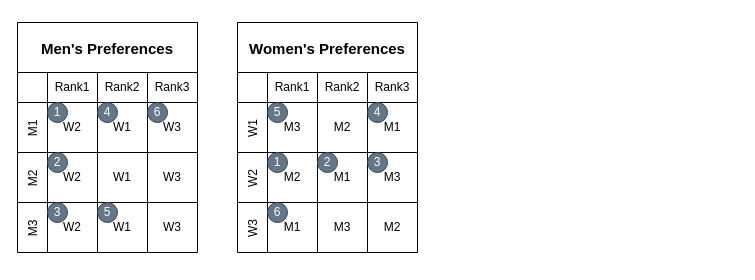
Earlier version of the draw.io diagram BambooSMP.drawio (victorliu-sq/BambooSMP-Figures). Source tidied: cells renumbered, new cells numbered last; positions are measured from the earlier drawing's top-left corner, leaving out a move shared by most shapes. Both pictures are drawn from the tidied source at 100%, with x=0, y=0 at pixel (17, 22).
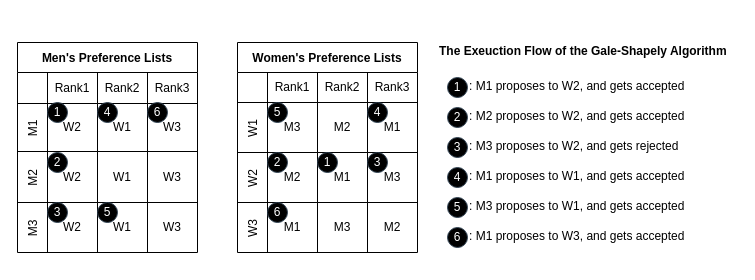
After the change.

What changed in the source:
```diff
@@
-    <mxCell id="2" value="Men's Preferences" style="shape=table;startSize=50;childLayout=tableLayout;resizeLastRow=0;fontStyle=1;fontSize=15;" parent="1" vertex="1">
-      <mxGeometry width="180" height="230" as="geometry" />
+    <mxCell id="2" value="Men's Preference Lists" style="shape=table;startSize=30;childLayout=tableLayout;resizeLastRow=0;fontStyle=1;fontSize=12;" parent="1" vertex="1">
+      <mxGeometry y="20" width="180" height="210" as="geometry" />
     </mxCell>
     <mxCell id="3" style="shape=tableRow;horizontal=0;startSize=30;swimlaneHead=0;swimlaneBody=0;strokeColor=inherit;top=0;left=0;bottom=0;right=0;fillColor=none;" parent="2" vertex="1">
-      <mxGeometry y="50" width="180" height="30" as="geometry" />
+      <mxGeometry y="30" width="180" height="31" as="geometry" />
     </mxCell>
     <mxCell id="4" value="Rank1" style="shape=partialRectangle;html=1;whiteSpace=wrap;strokeColor=inherit;overflow=hidden;fillColor=none;top=0;left=0;bottom=0;right=0;" parent="3" vertex="1">
-      <mxGeometry x="30" width="50" height="30" as="geometry" />
+      <mxGeometry x="30" width="50" height="31" as="geometry" />
     </mxCell>
     <mxCell id="5" value="Rank2" style="shape=partialRectangle;html=1;whiteSpace=wrap;strokeColor=inherit;overflow=hidden;fillColor=none;top=0;left=0;bottom=0;right=0;" parent="3" vertex="1">
-      <mxGeometry x="80" width="50" height="30" as="geometry" />
+      <mxGeometry x="80" width="50" height="31" as="geometry" />
     </mxCell>
     <mxCell id="6" value="Rank3" style="shape=partialRectangle;html=1;whiteSpace=wrap;strokeColor=inherit;overflow=hidden;fillColor=none;top=0;left=0;bottom=0;right=0;strokeWidth=1;" parent="3" vertex="1">
-      <mxGeometry x="130" width="50" height="30" as="geometry" />
+      <mxGeometry x="130" width="50" height="31" as="geometry" />
     </mxCell>
     <mxCell id="7" value="M1" style="shape=tableRow;horizontal=0;startSize=30;swimlaneHead=0;swimlaneBody=0;strokeColor=inherit;top=0;left=0;bottom=0;right=0;fillColor=none;" parent="2" vertex="1">
-      <mxGeometry y="80" width="180" height="50" as="geometry" />
+      <mxGeometry y="61" width="180" height="48" as="geometry" />
     </mxCell>
     <mxCell id="8" value="W2" style="shape=partialRectangle;html=1;whiteSpace=wrap;overflow=hidden;top=0;left=0;bottom=0;right=0;strokeColor=default;fillColor=none;" parent="7" vertex="1">
-      <mxGeometry x="30" width="50" height="50" as="geometry" />
+      <mxGeometry x="30" width="50" height="48" as="geometry" />
     </mxCell>
     <mxCell id="9" value="W1" style="shape=partialRectangle;html=1;whiteSpace=wrap;overflow=hidden;top=0;left=0;bottom=0;right=0;fillColor=none;labelBackgroundColor=none;labelBorderColor=none;strokeColor=default;shadow=0;backgroundOutline=0;" parent="7" vertex="1">
-      <mxGeometry x="80" width="50" height="50" as="geometry" />
+      <mxGeometry x="80" width="50" height="48" as="geometry" />
     </mxCell>
     <mxCell id="10" value="W3" style="shape=partialRectangle;html=1;whiteSpace=wrap;overflow=hidden;top=0;left=0;bottom=0;right=0;fillColor=none;" parent="7" vertex="1">
-      <mxGeometry x="130" width="50" height="50" as="geometry" />
+      <mxGeometry x="130" width="50" height="48" as="geometry" />
     </mxCell>
     <mxCell id="11" value="M2" style="shape=tableRow;horizontal=0;startSize=30;swimlaneHead=0;swimlaneBody=0;strokeColor=inherit;top=0;left=0;bottom=0;right=0;fillColor=none;" parent="2" vertex="1">
-      <mxGeometry y="130" width="180" height="50" as="geometry" />
+      <mxGeometry y="109" width="180" height="51" as="geometry" />
     </mxCell>
     <mxCell id="12" value="W2" style="shape=partialRectangle;html=1;whiteSpace=wrap;overflow=hidden;top=0;left=0;bottom=0;right=0;strokeOpacity=100;fillColor=none;" parent="11" vertex="1">
-      <mxGeometry x="30" width="50" height="50" as="geometry" />
+      <mxGeometry x="30" width="50" height="51" as="geometry" />
     </mxCell>
     <mxCell id="13" value="W1" style="shape=partialRectangle;html=1;whiteSpace=wrap;strokeColor=inherit;overflow=hidden;fillColor=none;top=0;left=0;bottom=0;right=0;" parent="11" vertex="1">
-      <mxGeometry x="80" width="50" height="50" as="geometry" />
+      <mxGeometry x="80" width="50" height="51" as="geometry" />
     </mxCell>
     <mxCell id="14" value="W3" style="shape=partialRectangle;html=1;whiteSpace=wrap;strokeColor=inherit;overflow=hidden;fillColor=none;top=0;left=0;bottom=0;right=0;" parent="11" vertex="1">
-      <mxGeometry x="130" width="50" height="50" as="geometry" />
+      <mxGeometry x="130" width="50" height="51" as="geometry" />
     </mxCell>
     <mxCell id="15" value="M3" style="shape=tableRow;horizontal=0;startSize=30;swimlaneHead=0;swimlaneBody=0;strokeColor=inherit;top=0;left=0;bottom=0;right=0;fillColor=none;" parent="2" vertex="1">
-      <mxGeometry y="180" width="180" height="50" as="geometry" />
+      <mxGeometry y="160" width="180" height="50" as="geometry" />
     </mxCell>
@@
-    <mxCell id="19" value="Women's Preferences" style="shape=table;startSize=50;childLayout=tableLayout;resizeLastRow=0;fontStyle=1;fontSize=15;" parent="1" vertex="1">
-      <mxGeometry x="220" width="180" height="230" as="geometry" />
+    <mxCell id="19" value="Women's Preference Lists" style="shape=table;startSize=30;childLayout=tableLayout;resizeLastRow=0;fontStyle=1;fontSize=12;" parent="1" vertex="1">
+      <mxGeometry x="220" y="20" width="180" height="210" as="geometry" />
     </mxCell>
     <mxCell id="20" style="shape=tableRow;horizontal=0;startSize=30;swimlaneHead=0;swimlaneBody=0;strokeColor=inherit;top=0;left=0;bottom=0;right=0;fillColor=none;" parent="19" vertex="1">
-      <mxGeometry y="50" width="180" height="30" as="geometry" />
+      <mxGeometry y="30" width="180" height="30" as="geometry" />
     </mxCell>
@@
     <mxCell id="24" value="W1" style="shape=tableRow;horizontal=0;startSize=30;swimlaneHead=0;swimlaneBody=0;strokeColor=inherit;top=0;left=0;bottom=0;right=0;fillColor=none;" parent="19" vertex="1">
-      <mxGeometry y="80" width="180" height="50" as="geometry" />
+      <mxGeometry y="60" width="180" height="50" as="geometry" />
     </mxCell>
@@
     <mxCell id="28" value="W2" style="shape=tableRow;horizontal=0;startSize=30;swimlaneHead=0;swimlaneBody=0;strokeColor=inherit;top=0;left=0;bottom=0;right=0;fillColor=none;" parent="19" vertex="1">
-      <mxGeometry y="130" width="180" height="50" as="geometry" />
+      <mxGeometry y="110" width="180" height="50" as="geometry" />
     </mxCell>
@@
     <mxCell id="32" value="W3" style="shape=tableRow;horizontal=0;startSize=30;swimlaneHead=0;swimlaneBody=0;strokeColor=inherit;top=0;left=0;bottom=0;right=0;fillColor=none;" parent="19" vertex="1">
-      <mxGeometry y="180" width="180" height="50" as="geometry" />
+      <mxGeometry y="160" width="180" height="50" as="geometry" />
     </mxCell>
@@
-    <mxCell id="36" value="1" style="ellipse;whiteSpace=wrap;html=1;strokeColor=#314354;align=center;verticalAlign=middle;fontFamily=Helvetica;fontSize=12;fillColor=#647687;fontColor=#ffffff;" parent="1" vertex="1">
+    <mxCell id="36" value="1" style="ellipse;whiteSpace=wrap;html=1;strokeColor=#314354;align=center;verticalAlign=middle;fontFamily=Helvetica;fontSize=12;fillColor=#000000;fontColor=#ffffff;" parent="1" vertex="1">
       <mxGeometry x="30" y="80" width="20" height="20" as="geometry" />
     </mxCell>
-    <mxCell id="37" value="2" style="ellipse;whiteSpace=wrap;html=1;strokeColor=#314354;align=center;verticalAlign=middle;fontFamily=Helvetica;fontSize=12;fillColor=#647687;fontColor=#ffffff;" parent="1" vertex="1">
+    <mxCell id="37" value="2" style="ellipse;whiteSpace=wrap;html=1;strokeColor=#314354;align=center;verticalAlign=middle;fontFamily=Helvetica;fontSize=12;fillColor=#000000;fontColor=#ffffff;" parent="1" vertex="1">
       <mxGeometry x="30" y="130" width="20" height="20" as="geometry" />
     </mxCell>
-    <mxCell id="38" value="3" style="ellipse;whiteSpace=wrap;html=1;strokeColor=#314354;align=center;verticalAlign=middle;fontFamily=Helvetica;fontSize=12;fillColor=#647687;fontColor=#ffffff;" parent="1" vertex="1">
+    <mxCell id="38" value="3" style="ellipse;whiteSpace=wrap;html=1;strokeColor=#314354;align=center;verticalAlign=middle;fontFamily=Helvetica;fontSize=12;fillColor=#000000;fontColor=#ffffff;" parent="1" vertex="1">
       <mxGeometry x="30" y="180" width="20" height="20" as="geometry" />
     </mxCell>
-    <mxCell id="39" value="4" style="ellipse;whiteSpace=wrap;html=1;strokeColor=#314354;align=center;verticalAlign=middle;fontFamily=Helvetica;fontSize=12;fillColor=#647687;fontColor=#ffffff;" parent="1" vertex="1">
+    <mxCell id="39" value="4" style="ellipse;whiteSpace=wrap;html=1;strokeColor=#314354;align=center;verticalAlign=middle;fontFamily=Helvetica;fontSize=12;fillColor=#000000;fontColor=#ffffff;" parent="1" vertex="1">
       <mxGeometry x="80" y="80" width="20" height="20" as="geometry" />
     </mxCell>
-    <mxCell id="40" value="5" style="ellipse;whiteSpace=wrap;html=1;strokeColor=#314354;align=center;verticalAlign=middle;fontFamily=Helvetica;fontSize=12;fillColor=#647687;fontColor=#ffffff;" parent="1" vertex="1">
+    <mxCell id="40" value="5" style="ellipse;whiteSpace=wrap;html=1;strokeColor=#314354;align=center;verticalAlign=middle;fontFamily=Helvetica;fontSize=12;fillColor=#000000;fontColor=#ffffff;" parent="1" vertex="1">
       <mxGeometry x="80" y="180" width="20" height="20" as="geometry" />
     </mxCell>
-    <mxCell id="41" value="6" style="ellipse;whiteSpace=wrap;html=1;strokeColor=#314354;align=center;verticalAlign=middle;fontFamily=Helvetica;fontSize=12;fillColor=#647687;fontColor=#ffffff;" parent="1" vertex="1">
+    <mxCell id="41" value="6" style="ellipse;whiteSpace=wrap;html=1;strokeColor=#314354;align=center;verticalAlign=middle;fontFamily=Helvetica;fontSize=12;fillColor=#000000;fontColor=#ffffff;" parent="1" vertex="1">
       <mxGeometry x="130" y="80" width="20" height="20" as="geometry" />
     </mxCell>
-    <mxCell id="42" value="1" style="ellipse;whiteSpace=wrap;html=1;strokeColor=#314354;align=center;verticalAlign=middle;fontFamily=Helvetica;fontSize=12;fillColor=#647687;fontColor=#ffffff;" parent="1" vertex="1">
+    <mxCell id="42" value="2" style="ellipse;whiteSpace=wrap;html=1;strokeColor=#314354;align=center;verticalAlign=middle;fontFamily=Helvetica;fontSize=12;fillColor=#000000;fontColor=#ffffff;" parent="1" vertex="1">
       <mxGeometry x="250" y="130" width="20" height="20" as="geometry" />
     </mxCell>
-    <mxCell id="43" value="2" style="ellipse;whiteSpace=wrap;html=1;strokeColor=#314354;align=center;verticalAlign=middle;fontFamily=Helvetica;fontSize=12;fillColor=#647687;fontColor=#ffffff;" parent="1" vertex="1">
+    <mxCell id="43" value="1" style="ellipse;whiteSpace=wrap;html=1;strokeColor=#314354;align=center;verticalAlign=middle;fontFamily=Helvetica;fontSize=12;fillColor=#000000;fontColor=#ffffff;" parent="1" vertex="1">
       <mxGeometry x="300" y="130" width="20" height="20" as="geometry" />
     </mxCell>
-    <mxCell id="44" value="3" style="ellipse;whiteSpace=wrap;html=1;strokeColor=#314354;align=center;verticalAlign=middle;fontFamily=Helvetica;fontSize=12;fillColor=#647687;fontColor=#ffffff;" parent="1" vertex="1">
+    <mxCell id="44" value="3" style="ellipse;whiteSpace=wrap;html=1;strokeColor=#314354;align=center;verticalAlign=middle;fontFamily=Helvetica;fontSize=12;fillColor=#000000;fontColor=#ffffff;" parent="1" vertex="1">
       <mxGeometry x="350" y="130" width="20" height="20" as="geometry" />
     </mxCell>
-    <mxCell id="45" value="4" style="ellipse;whiteSpace=wrap;html=1;strokeColor=#314354;align=center;verticalAlign=middle;fontFamily=Helvetica;fontSize=12;fillColor=#647687;fontColor=#ffffff;" parent="1" vertex="1">
+    <mxCell id="45" value="4" style="ellipse;whiteSpace=wrap;html=1;strokeColor=#314354;align=center;verticalAlign=middle;fontFamily=Helvetica;fontSize=12;fillColor=#000000;fontColor=#ffffff;" parent="1" vertex="1">
       <mxGeometry x="350" y="80" width="20" height="20" as="geometry" />
     </mxCell>
-    <mxCell id="46" value="5" style="ellipse;whiteSpace=wrap;html=1;strokeColor=#314354;align=center;verticalAlign=middle;fontFamily=Helvetica;fontSize=12;fillColor=#647687;fontColor=#ffffff;" parent="1" vertex="1">
+    <mxCell id="46" value="5" style="ellipse;whiteSpace=wrap;html=1;strokeColor=#314354;align=center;verticalAlign=middle;fontFamily=Helvetica;fontSize=12;fillColor=#000000;fontColor=#ffffff;" parent="1" vertex="1">
       <mxGeometry x="250" y="80" width="20" height="20" as="geometry" />
     </mxCell>
-    <mxCell id="47" value="6" style="ellipse;whiteSpace=wrap;html=1;strokeColor=#314354;align=center;verticalAlign=middle;fontFamily=Helvetica;fontSize=12;fillColor=#647687;fontColor=#ffffff;" parent="1" vertex="1">
+    <mxCell id="47" value="6" style="ellipse;whiteSpace=wrap;html=1;strokeColor=#314354;align=center;verticalAlign=middle;fontFamily=Helvetica;fontSize=12;fillColor=#000000;fontColor=#ffffff;" parent="1" vertex="1">
       <mxGeometry x="250" y="180" width="20" height="20" as="geometry" />
     </mxCell>
+    <mxCell id="48" value="&lt;h1&gt;&lt;font style=&quot;font-size: 12px;&quot;&gt;The Exeuction Flow of the Gale-Shapely Algorithm&lt;/font&gt;&lt;/h1&gt;" style="text;strokeColor=none;align=left;fillColor=none;html=1;verticalAlign=middle;whiteSpace=wrap;rounded=0;fontFamily=Helvetica;fontSize=12;fontColor=default;" parent="1" vertex="1">
+      <mxGeometry x="420" y="10" width="300" height="30" as="geometry" />
+    </mxCell>
+    <mxCell id="49" value="1" style="ellipse;whiteSpace=wrap;html=1;strokeColor=#314354;align=center;verticalAlign=middle;fontFamily=Helvetica;fontSize=12;fillColor=#000000;fontColor=#ffffff;" parent="1" vertex="1">
+      <mxGeometry x="430" y="55" width="20" height="20" as="geometry" />
+    </mxCell>
+    <mxCell id="50" value="2" style="ellipse;whiteSpace=wrap;html=1;strokeColor=#314354;align=center;verticalAlign=middle;fontFamily=Helvetica;fontSize=12;fillColor=#000000;fontColor=#ffffff;" parent="1" vertex="1">
+      <mxGeometry x="430" y="85" width="20" height="20" as="geometry" />
+    </mxCell>
+    <mxCell id="51" value="3" style="ellipse;whiteSpace=wrap;html=1;strokeColor=#314354;align=center;verticalAlign=middle;fontFamily=Helvetica;fontSize=12;fillColor=#000000;fontColor=#ffffff;" parent="1" vertex="1">
+      <mxGeometry x="430" y="115" width="20" height="20" as="geometry" />
+    </mxCell>
+    <mxCell id="52" value="4" style="ellipse;whiteSpace=wrap;html=1;strokeColor=#314354;align=center;verticalAlign=middle;fontFamily=Helvetica;fontSize=12;fillColor=#000000;fontColor=#ffffff;" parent="1" vertex="1">
+      <mxGeometry x="430" y="145" width="20" height="20" as="geometry" />
+    </mxCell>
+    <mxCell id="53" value="5" style="ellipse;whiteSpace=wrap;html=1;strokeColor=#314354;align=center;verticalAlign=middle;fontFamily=Helvetica;fontSize=12;fillColor=#000000;fontColor=#ffffff;" parent="1" vertex="1">
+      <mxGeometry x="430" y="175" width="20" height="20" as="geometry" />
+    </mxCell>
+    <mxCell id="54" value="6" style="ellipse;whiteSpace=wrap;html=1;strokeColor=#314354;align=center;verticalAlign=middle;fontFamily=Helvetica;fontSize=12;fillColor=#000000;fontColor=#ffffff;" parent="1" vertex="1">
+      <mxGeometry x="430" y="205" width="20" height="20" as="geometry" />
+    </mxCell>
+    <mxCell id="55" value="&lt;h1&gt;&lt;span style=&quot;font-size: 12px; font-weight: 400;&quot;&gt;: M1 proposes to W2, and gets accepted&lt;/span&gt;&lt;/h1&gt;" style="text;strokeColor=none;align=left;fillColor=none;html=1;verticalAlign=middle;whiteSpace=wrap;rounded=0;fontFamily=Helvetica;fontSize=12;fontColor=default;" parent="1" vertex="1">
+      <mxGeometry x="450" y="45" width="230" height="30" as="geometry" />
+    </mxCell>
+    <mxCell id="56" value="&lt;h1&gt;&lt;span style=&quot;font-size: 12px; font-weight: 400;&quot;&gt;: M2 proposes to W2, and gets accepted&lt;/span&gt;&lt;/h1&gt;" style="text;strokeColor=none;align=left;fillColor=none;html=1;verticalAlign=middle;whiteSpace=wrap;rounded=0;fontFamily=Helvetica;fontSize=12;fontColor=default;" parent="1" vertex="1">
+      <mxGeometry x="450" y="75" width="230" height="30" as="geometry" />
+    </mxCell>
+    <mxCell id="57" value="&lt;h1&gt;&lt;span style=&quot;font-size: 12px; font-weight: 400;&quot;&gt;: M3 proposes to W2, and gets rejected&lt;/span&gt;&lt;/h1&gt;" style="text;strokeColor=none;align=left;fillColor=none;html=1;verticalAlign=middle;whiteSpace=wrap;rounded=0;fontFamily=Helvetica;fontSize=12;fontColor=default;" parent="1" vertex="1">
+      <mxGeometry x="450" y="105" width="230" height="30" as="geometry" />
+    </mxCell>
+    <mxCell id="58" value="&lt;h1&gt;&lt;span style=&quot;font-size: 12px; font-weight: 400;&quot;&gt;: M1 proposes to W1, and gets accepted&lt;/span&gt;&lt;/h1&gt;" style="text;strokeColor=none;align=left;fillColor=none;html=1;verticalAlign=middle;whiteSpace=wrap;rounded=0;fontFamily=Helvetica;fontSize=12;fontColor=default;" parent="1" vertex="1">
+      <mxGeometry x="450" y="135" width="230" height="30" as="geometry" />
+    </mxCell>
+    <mxCell id="59" value="&lt;h1&gt;&lt;span style=&quot;font-size: 12px; font-weight: 400;&quot;&gt;: M3 proposes to W1, and gets accepted&lt;/span&gt;&lt;/h1&gt;" style="text;strokeColor=none;align=left;fillColor=none;html=1;verticalAlign=middle;whiteSpace=wrap;rounded=0;fontFamily=Helvetica;fontSize=12;fontColor=default;" parent="1" vertex="1">
+      <mxGeometry x="450" y="165" width="230" height="30" as="geometry" />
+    </mxCell>
+    <mxCell id="60" value="&lt;h1&gt;&lt;span style=&quot;font-size: 12px; font-weight: 400;&quot;&gt;: M1 proposes to W3, and gets accepted&lt;/span&gt;&lt;/h1&gt;" style="text;strokeColor=none;align=left;fillColor=none;html=1;verticalAlign=middle;whiteSpace=wrap;rounded=0;fontFamily=Helvetica;fontSize=12;fontColor=default;" parent="1" vertex="1">
+      <mxGeometry x="450" y="195" width="230" height="30" as="geometry" />
+    </mxCell>
```
